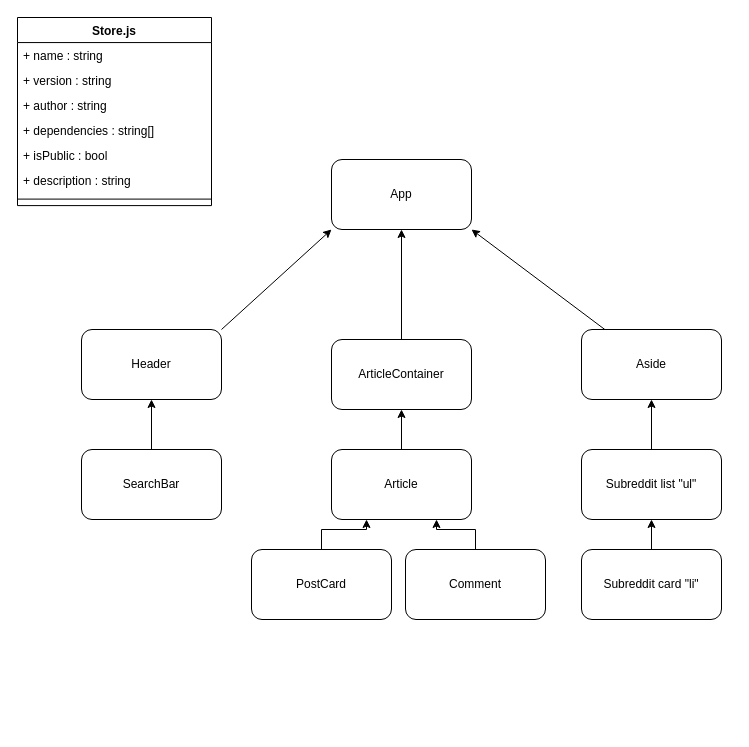
The draw.io diagram MiniReddit.drawio in JesseVahlfors/Mini-Reddit, before the edit. Source tidied: cells renumbered, new cells numbered last; positions are measured from the earlier drawing's top-left corner, leaving out a move shared by most shapes. Both pictures are drawn from the tidied source at 100%, with x=0, y=0 at pixel (17, 17).
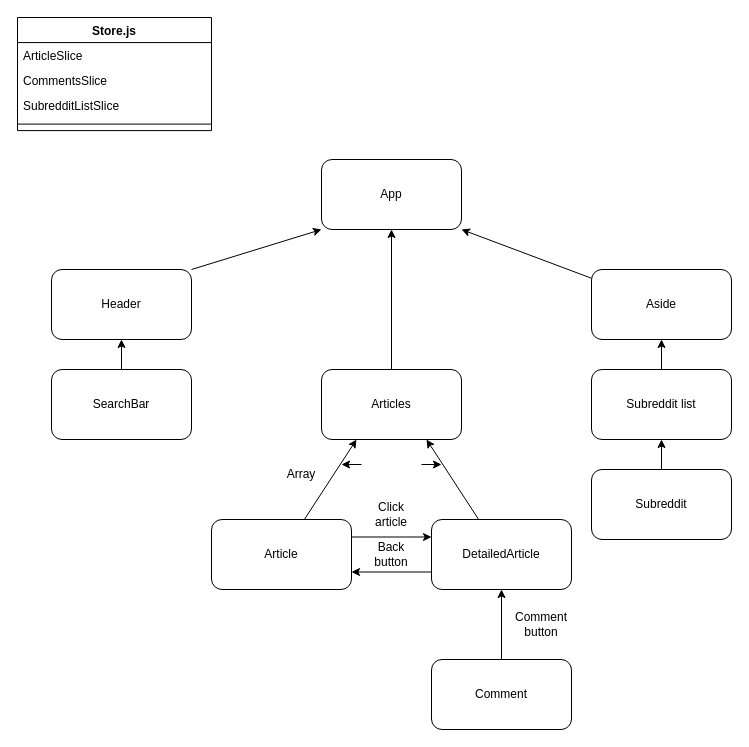
The same diagram, later.

Commit message:
Update structure drawing

Diff of the diagram source:
```diff
@@
     <mxCell id="2" value="Store.js&#10;" style="swimlane;fontStyle=1;align=center;verticalAlign=top;horizontal=1;startSize=25.066666666666666;" parent="1" vertex="1">
-      <mxGeometry width="194" height="188.1" as="geometry" />
+      <mxGeometry width="194" height="113.1" as="geometry" />
     </mxCell>
-    <mxCell id="3" value="+ name : string" style="text;strokeColor=none;fillColor=none;align=left;verticalAlign=top;spacingLeft=4;spacingRight=4;overflow=hidden;" parent="2" vertex="1">
+    <mxCell id="3" value="ArticleSlice&#10;" style="text;strokeColor=none;fillColor=none;align=left;verticalAlign=top;spacingLeft=4;spacingRight=4;overflow=hidden;" parent="2" vertex="1">
       <mxGeometry y="25.1" width="194" height="25" as="geometry" />
     </mxCell>
-    <mxCell id="4" value="+ version : string" style="text;strokeColor=none;fillColor=none;align=left;verticalAlign=top;spacingLeft=4;spacingRight=4;overflow=hidden;" parent="2" vertex="1">
-      <mxGeometry y="50.1" width="194" height="25" as="geometry" />
-    </mxCell>
-    <mxCell id="5" value="+ author : string" style="text;strokeColor=none;fillColor=none;align=left;verticalAlign=top;spacingLeft=4;spacingRight=4;overflow=hidden;" parent="2" vertex="1">
-      <mxGeometry y="75.1" width="194" height="25" as="geometry" />
-    </mxCell>
-    <mxCell id="6" value="+ dependencies : string[]" style="text;strokeColor=none;fillColor=none;align=left;verticalAlign=top;spacingLeft=4;spacingRight=4;overflow=hidden;" parent="2" vertex="1">
-      <mxGeometry y="100.1" width="194" height="25" as="geometry" />
-    </mxCell>
-    <mxCell id="7" value="+ isPublic : bool" style="text;strokeColor=none;fillColor=none;align=left;verticalAlign=top;spacingLeft=4;spacingRight=4;overflow=hidden;" parent="2" vertex="1">
-      <mxGeometry y="125.1" width="194" height="25" as="geometry" />
-    </mxCell>
-    <mxCell id="8" value="+ description : string" style="text;strokeColor=none;fillColor=none;align=left;verticalAlign=top;spacingLeft=4;spacingRight=4;overflow=hidden;" parent="2" vertex="1">
-      <mxGeometry y="150.1" width="194" height="25" as="geometry" />
-    </mxCell>
+    <mxCell id="29" value="CommentsSlice&#10;" style="text;strokeColor=none;fillColor=none;align=left;verticalAlign=top;spacingLeft=4;spacingRight=4;overflow=hidden;" parent="2" vertex="1">
+      <mxGeometry y="50.1" width="194" height="25" as="geometry" />
+    </mxCell>
+    <mxCell id="30" value="SubredditListSlice&#10;" style="text;strokeColor=none;fillColor=none;align=left;verticalAlign=top;spacingLeft=4;spacingRight=4;overflow=hidden;" parent="2" vertex="1">
+      <mxGeometry y="75.1" width="194" height="25" as="geometry" />
+    </mxCell>
     <mxCell id="9" style="line;strokeWidth=1;fillColor=none;align=left;verticalAlign=middle;spacingTop=-1;spacingLeft=3;spacingRight=3;labelPosition=right;strokeColor=inherit;" parent="2" vertex="1">
-      <mxGeometry y="175.1" width="194" height="13" as="geometry" />
+      <mxGeometry y="100.1" width="194" height="13" as="geometry" />
     </mxCell>
     <mxCell id="10" value="App" style="rounded=1;whiteSpace=wrap;html=1;" parent="1" vertex="1">
-      <mxGeometry x="314" y="142" width="140" height="70" as="geometry" />
+      <mxGeometry x="304" y="142" width="140" height="70" as="geometry" />
     </mxCell>
@@
     <mxCell id="12" value="Header" style="rounded=1;whiteSpace=wrap;html=1;" parent="1" vertex="1">
-      <mxGeometry x="64" y="312" width="140" height="70" as="geometry" />
+      <mxGeometry x="34" y="252" width="140" height="70" as="geometry" />
     </mxCell>
@@
     <mxCell id="14" value="SearchBar" style="rounded=1;whiteSpace=wrap;html=1;" parent="1" vertex="1">
-      <mxGeometry x="64" y="432" width="140" height="70" as="geometry" />
+      <mxGeometry x="34" y="352" width="140" height="70" as="geometry" />
     </mxCell>
-    <mxCell id="15" style="edgeStyle=none;html=1;entryX=0.5;entryY=1;entryDx=0;entryDy=0;" parent="1" edge="1" source="16" target="28">
+    <mxCell id="15" style="edgeStyle=none;html=1;entryX=0.25;entryY=1;entryDx=0;entryDy=0;" parent="1" edge="1" source="16" target="28">
       <mxGeometry relative="1" as="geometry" />
     </mxCell>
+    <mxCell id="31" style="edgeStyle=none;html=1;entryX=0;entryY=0.25;entryDx=0;entryDy=0;exitX=1;exitY=0.25;exitDx=0;exitDy=0;" parent="1" edge="1" source="16" target="35">
+      <mxGeometry relative="1" as="geometry" />
+    </mxCell>
     <mxCell id="16" value="Article" style="rounded=1;whiteSpace=wrap;html=1;" parent="1" vertex="1">
-      <mxGeometry x="314" y="432" width="140" height="70" as="geometry" />
+      <mxGeometry x="194" y="502" width="140" height="70" as="geometry" />
     </mxCell>
@@
     <mxCell id="18" value="Aside" style="rounded=1;whiteSpace=wrap;html=1;" parent="1" vertex="1">
-      <mxGeometry x="564" y="312" width="140" height="70" as="geometry" />
+      <mxGeometry x="574" y="252" width="140" height="70" as="geometry" />
     </mxCell>
-    <mxCell id="19" style="edgeStyle=orthogonalEdgeStyle;rounded=0;jettySize=auto;html=1;entryX=0.25;entryY=1;entryDx=0;entryDy=0;" parent="1" edge="1" source="20" target="16">
-      <mxGeometry relative="1" as="geometry" />
-    </mxCell>
-    <mxCell id="20" value="PostCard" style="rounded=1;whiteSpace=wrap;html=1;" parent="1" vertex="1">
-      <mxGeometry x="234" y="532" width="140" height="70" as="geometry" />
-    </mxCell>
@@
-    <mxCell id="22" value="Subreddit list &quot;ul&quot;" style="rounded=1;whiteSpace=wrap;html=1;" parent="1" vertex="1">
-      <mxGeometry x="564" y="432" width="140" height="70" as="geometry" />
+    <mxCell id="22" value="Subreddit list" style="rounded=1;whiteSpace=wrap;html=1;" parent="1" vertex="1">
+      <mxGeometry x="574" y="352" width="140" height="70" as="geometry" />
     </mxCell>
-    <mxCell id="23" style="edgeStyle=orthogonalEdgeStyle;rounded=0;jettySize=auto;html=1;entryX=0.75;entryY=1;entryDx=0;entryDy=0;" parent="1" edge="1" source="24" target="16">
-      <mxGeometry relative="1" as="geometry" />
-    </mxCell>
+    <mxCell id="32" style="edgeStyle=none;html=1;" parent="1" edge="1" source="24" target="35">
+      <mxGeometry relative="1" as="geometry" />
+    </mxCell>
     <mxCell id="24" value="Comment" style="rounded=1;whiteSpace=wrap;html=1;" parent="1" vertex="1">
-      <mxGeometry x="388" y="532" width="140" height="70" as="geometry" />
+      <mxGeometry x="414" y="642" width="140" height="70" as="geometry" />
     </mxCell>
@@
-    <mxCell id="26" value="Subreddit card &quot;li&quot;" style="rounded=1;whiteSpace=wrap;html=1;" parent="1" vertex="1">
-      <mxGeometry x="564" y="532" width="140" height="70" as="geometry" />
+    <mxCell id="26" value="Subreddit" style="rounded=1;whiteSpace=wrap;html=1;" parent="1" vertex="1">
+      <mxGeometry x="574" y="452" width="140" height="70" as="geometry" />
     </mxCell>
@@
-    <mxCell id="28" value="ArticleContainer" style="rounded=1;whiteSpace=wrap;html=1;" parent="1" vertex="1">
-      <mxGeometry x="314" y="322" width="140" height="70" as="geometry" />
+    <mxCell id="28" value="Articles" style="rounded=1;whiteSpace=wrap;html=1;" parent="1" vertex="1">
+      <mxGeometry x="304" y="352" width="140" height="70" as="geometry" />
     </mxCell>
+    <mxCell id="33" style="edgeStyle=none;html=1;entryX=0.75;entryY=1;entryDx=0;entryDy=0;" parent="1" edge="1" source="35" target="28">
+      <mxGeometry relative="1" as="geometry" />
+    </mxCell>
+    <mxCell id="34" style="edgeStyle=none;html=1;entryX=1;entryY=0.75;entryDx=0;entryDy=0;exitX=0;exitY=0.75;exitDx=0;exitDy=0;" parent="1" edge="1" source="35" target="16">
+      <mxGeometry relative="1" as="geometry" />
+    </mxCell>
+    <mxCell id="35" value="DetailedArticle" style="rounded=1;whiteSpace=wrap;html=1;" parent="1" vertex="1">
+      <mxGeometry x="414" y="502" width="140" height="70" as="geometry" />
+    </mxCell>
+    <mxCell id="36" value="Click article" style="text;strokeColor=none;align=center;fillColor=none;html=1;verticalAlign=middle;whiteSpace=wrap;rounded=0;" parent="1" vertex="1">
+      <mxGeometry x="344" y="482" width="60" height="30" as="geometry" />
+    </mxCell>
+    <mxCell id="37" value="Comment button" style="text;strokeColor=none;align=center;fillColor=none;html=1;verticalAlign=middle;whiteSpace=wrap;rounded=0;" parent="1" vertex="1">
+      <mxGeometry x="494" y="592" width="60" height="30" as="geometry" />
+    </mxCell>
+    <mxCell id="38" style="edgeStyle=none;html=1;" parent="1" edge="1">
+      <mxGeometry relative="1" as="geometry">
+        <mxPoint x="344" y="447" as="sourcePoint" />
+        <mxPoint x="324" y="447" as="targetPoint" />
+      </mxGeometry>
+    </mxCell>
+    <mxCell id="39" style="edgeStyle=none;html=1;" parent="1" edge="1">
+      <mxGeometry relative="1" as="geometry">
+        <mxPoint x="404" y="447" as="sourcePoint" />
+        <mxPoint x="424" y="447" as="targetPoint" />
+      </mxGeometry>
+    </mxCell>
+    <mxCell id="40" value="Array" style="text;strokeColor=none;align=center;fillColor=none;html=1;verticalAlign=middle;whiteSpace=wrap;rounded=0;" parent="1" vertex="1">
+      <mxGeometry x="254" y="442" width="60" height="30" as="geometry" />
+    </mxCell>
+    <mxCell id="41" value="Back button" style="text;strokeColor=none;align=center;fillColor=none;html=1;verticalAlign=middle;whiteSpace=wrap;rounded=0;" parent="1" vertex="1">
+      <mxGeometry x="344" y="522" width="60" height="30" as="geometry" />
+    </mxCell>
```
